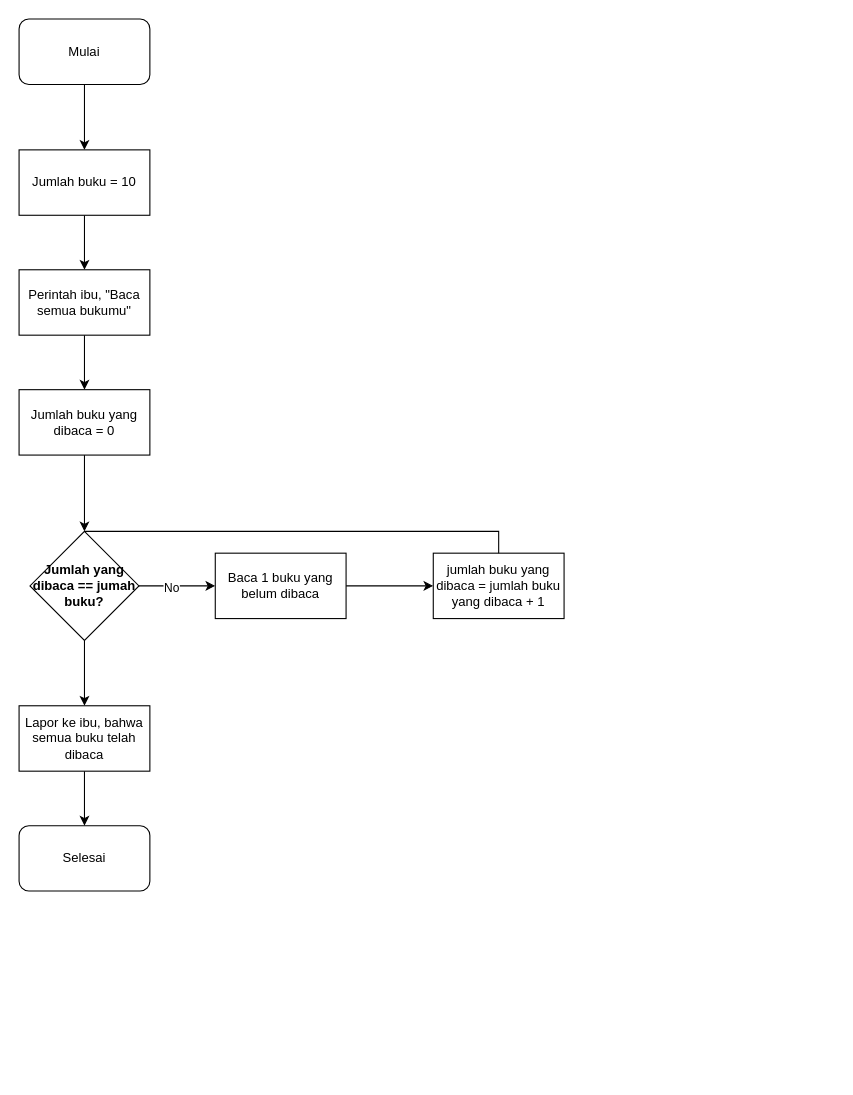
Jalilsatria/My-python-code keeps this draw.io diagram as [Diagram] Base Syntax - Looping with undifined count Case.drawio. Above is the earlier version. Source tidied: cells renumbered, new cells numbered last; positions are measured from the earlier drawing's top-left corner, leaving out a move shared by most shapes. Both pictures are drawn from the tidied source at 109%, with x=0, y=0 at pixel (19, 19).
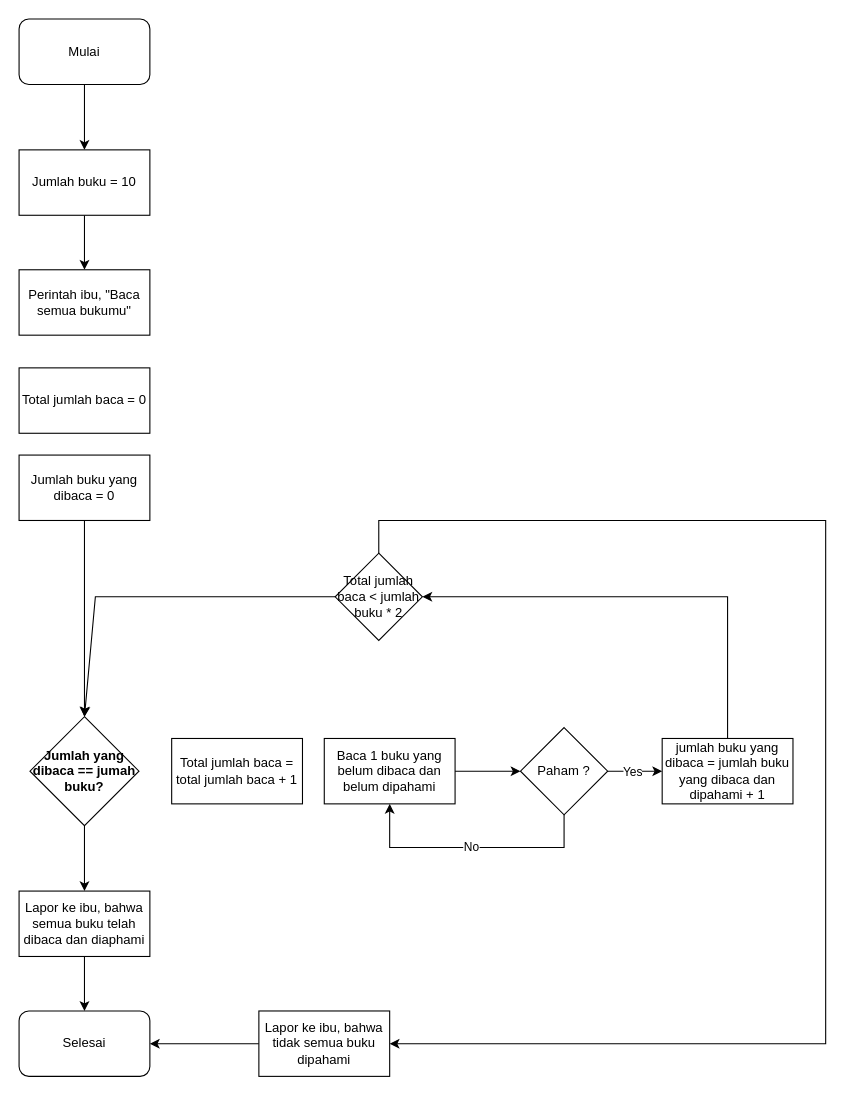
After the change.

The change refers to these unchanged cells:
```xml
<mxCell id="8" value="Perintah ibu, &quot;Baca semua bukumu&quot;" style="rounded=0;whiteSpace=wrap;html=1;" parent="1" vertex="1">
  <mxGeometry y="230" width="120" height="60" as="geometry" />
</mxCell>
```

Change to the diagram source:
```diff
@@
     <mxCell id="4" value="Selesai" style="rounded=1;whiteSpace=wrap;html=1;" parent="1" vertex="1">
-      <mxGeometry y="740" width="120" height="60" as="geometry" />
+      <mxGeometry y="910" width="120" height="60" as="geometry" />
     </mxCell>
@@
-    <mxCell id="7" style="edgeStyle=orthogonalEdgeStyle;rounded=0;jettySize=auto;html=1;" parent="1" edge="1" source="8" target="10">
-      <mxGeometry relative="1" as="geometry" />
-    </mxCell>
@@
     <mxCell id="10" value="Jumlah buku yang dibaca = 0" style="rounded=0;whiteSpace=wrap;html=1;" parent="1" vertex="1">
-      <mxGeometry y="340" width="120" height="60" as="geometry" />
+      <mxGeometry y="400" width="120" height="60" as="geometry" />
     </mxCell>
-    <mxCell id="11" style="edgeStyle=orthogonalEdgeStyle;rounded=0;jettySize=auto;html=1;" parent="1" edge="1" source="14" target="16">
-      <mxGeometry relative="1" as="geometry" />
-    </mxCell>
-    <mxCell id="12" value="No" style="edgeLabel;html=1;align=center;verticalAlign=middle;" parent="11" vertex="1">
-      <mxGeometry x="-0.17" y="-1" relative="1" as="geometry" />
-    </mxCell>
@@
     <mxCell id="14" value="&lt;b&gt;Jumlah yang dibaca == jumah buku?&lt;/b&gt;" style="rhombus;whiteSpace=wrap;html=1;" parent="1" vertex="1">
-      <mxGeometry x="10" y="470" width="100" height="100" as="geometry" />
+      <mxGeometry x="10" y="640" width="100" height="100" as="geometry" />
     </mxCell>
-    <mxCell id="15" style="edgeStyle=orthogonalEdgeStyle;rounded=0;jettySize=auto;html=1;" parent="1" edge="1" source="16" target="17">
-      <mxGeometry relative="1" as="geometry" />
-    </mxCell>
-    <mxCell id="16" value="Baca 1 buku yang belum dibaca" style="whiteSpace=wrap;html=1;" parent="1" vertex="1">
-      <mxGeometry x="180" y="490" width="120" height="60" as="geometry" />
-    </mxCell>
-    <mxCell id="17" value="jumlah buku yang dibaca = jumlah buku yang dibaca + 1" style="whiteSpace=wrap;html=1;" parent="1" vertex="1">
-      <mxGeometry x="380" y="490" width="120" height="60" as="geometry" />
-    </mxCell>
-    <mxCell id="18" style="endArrow=none;html=1;rounded=0;entryX=0.5;entryY=0;entryDx=0;entryDy=0;exitX=0.5;exitY=0;exitDx=0;exitDy=0;" parent="1" edge="1" source="14" target="17">
-      <mxGeometry relative="1" as="geometry">
-        <Array as="points">
-          <mxPoint x="250" y="470" />
-          <mxPoint x="440" y="470" />
-        </Array>
-      </mxGeometry>
-    </mxCell>
@@
-    <mxCell id="20" value="Lapor ke ibu, bahwa semua buku telah dibaca" style="rounded=0;whiteSpace=wrap;html=1;" parent="1" vertex="1">
-      <mxGeometry y="630" width="120" height="60" as="geometry" />
+    <mxCell id="20" value="Lapor ke ibu, bahwa semua buku telah dibaca dan diaphami" style="rounded=0;whiteSpace=wrap;html=1;" parent="1" vertex="1">
+      <mxGeometry y="800" width="120" height="60" as="geometry" />
     </mxCell>
+    <mxCell id="21" style="edgeStyle=orthogonalEdgeStyle;rounded=0;jettySize=auto;html=1;startArrow=none;" parent="1" edge="1" source="25" target="24">
+      <mxGeometry relative="1" as="geometry" />
+    </mxCell>
+    <mxCell id="22" value="Yes" style="edgeLabel;html=1;align=center;verticalAlign=middle;" parent="21" vertex="1">
+      <mxGeometry x="-0.13" relative="1" as="geometry" />
+    </mxCell>
+    <mxCell id="23" value="Baca 1 buku yang belum dibaca dan belum dipahami" style="whiteSpace=wrap;html=1;" parent="1" vertex="1">
+      <mxGeometry x="280" y="660" width="120" height="60" as="geometry" />
+    </mxCell>
+    <mxCell id="24" value="jumlah buku yang dibaca = jumlah buku yang dibaca dan dipahami + 1" style="whiteSpace=wrap;html=1;" parent="1" vertex="1">
+      <mxGeometry x="590" y="660" width="120" height="60" as="geometry" />
+    </mxCell>
+    <mxCell id="25" value="Paham ?" style="rhombus;whiteSpace=wrap;html=1;" parent="1" vertex="1">
+      <mxGeometry x="460" y="650" width="80" height="80" as="geometry" />
+    </mxCell>
+    <mxCell id="26" style="endArrow=classic;html=1;rounded=0;exitX=1;exitY=0.5;exitDx=0;exitDy=0;entryX=0;entryY=0.5;entryDx=0;entryDy=0;" parent="1" edge="1" source="23" target="25">
+      <mxGeometry relative="1" as="geometry" />
+    </mxCell>
+    <mxCell id="12" value="No" style="endArrow=classic;html=1;rounded=0;exitX=0.5;exitY=1;exitDx=0;exitDy=0;entryX=0.5;entryY=1;entryDx=0;entryDy=0;" parent="1" edge="1" source="25" target="23">
+      <mxGeometry relative="1" as="geometry">
+        <Array as="points">
+          <mxPoint x="500" y="760" />
+          <mxPoint x="340" y="760" />
+        </Array>
+      </mxGeometry>
+    </mxCell>
+    <mxCell id="27" value="Total jumlah baca = 0" style="rounded=0;whiteSpace=wrap;html=1;" parent="1" vertex="1">
+      <mxGeometry y="320" width="120" height="60" as="geometry" />
+    </mxCell>
+    <mxCell id="28" value="Total jumlah baca = total jumlah baca + 1" style="rounded=0;whiteSpace=wrap;html=1;" parent="1" vertex="1">
+      <mxGeometry x="140" y="660" width="120" height="60" as="geometry" />
+    </mxCell>
+    <mxCell id="29" value="Total jumlah baca &amp;lt; jumlah buku * 2" style="rhombus;whiteSpace=wrap;html=1;" parent="1" vertex="1">
+      <mxGeometry x="290" y="490" width="80" height="80" as="geometry" />
+    </mxCell>
+    <mxCell id="30" style="endArrow=classic;html=1;rounded=0;exitX=0.5;exitY=0;exitDx=0;exitDy=0;entryX=1;entryY=0.5;entryDx=0;entryDy=0;" parent="1" edge="1" source="24" target="29">
+      <mxGeometry relative="1" as="geometry">
+        <Array as="points">
+          <mxPoint x="650" y="530" />
+        </Array>
+      </mxGeometry>
+    </mxCell>
+    <mxCell id="31" style="endArrow=classic;html=1;rounded=0;exitX=0;exitY=0.5;exitDx=0;exitDy=0;entryX=0.5;entryY=0;entryDx=0;entryDy=0;" parent="1" edge="1" source="29" target="14">
+      <mxGeometry relative="1" as="geometry">
+        <Array as="points">
+          <mxPoint x="70" y="530" />
+        </Array>
+      </mxGeometry>
+    </mxCell>
+    <mxCell id="32" style="endArrow=classic;html=1;rounded=0;exitX=0.5;exitY=0;exitDx=0;exitDy=0;entryX=1;entryY=0.5;entryDx=0;entryDy=0;" parent="1" edge="1" source="29" target="34">
+      <mxGeometry relative="1" as="geometry">
+        <Array as="points">
+          <mxPoint x="330" y="460" />
+          <mxPoint x="740" y="460" />
+          <mxPoint x="740" y="940" />
+        </Array>
+      </mxGeometry>
+    </mxCell>
+    <mxCell id="33" style="edgeStyle=orthogonalEdgeStyle;rounded=0;jettySize=auto;html=1;" parent="1" edge="1" source="34" target="4">
+      <mxGeometry relative="1" as="geometry" />
+    </mxCell>
+    <mxCell id="34" value="Lapor ke ibu, bahwa tidak semua buku dipahami" style="rounded=0;whiteSpace=wrap;html=1;" parent="1" vertex="1">
+      <mxGeometry x="220" y="910" width="120" height="60" as="geometry" />
+    </mxCell>
```
